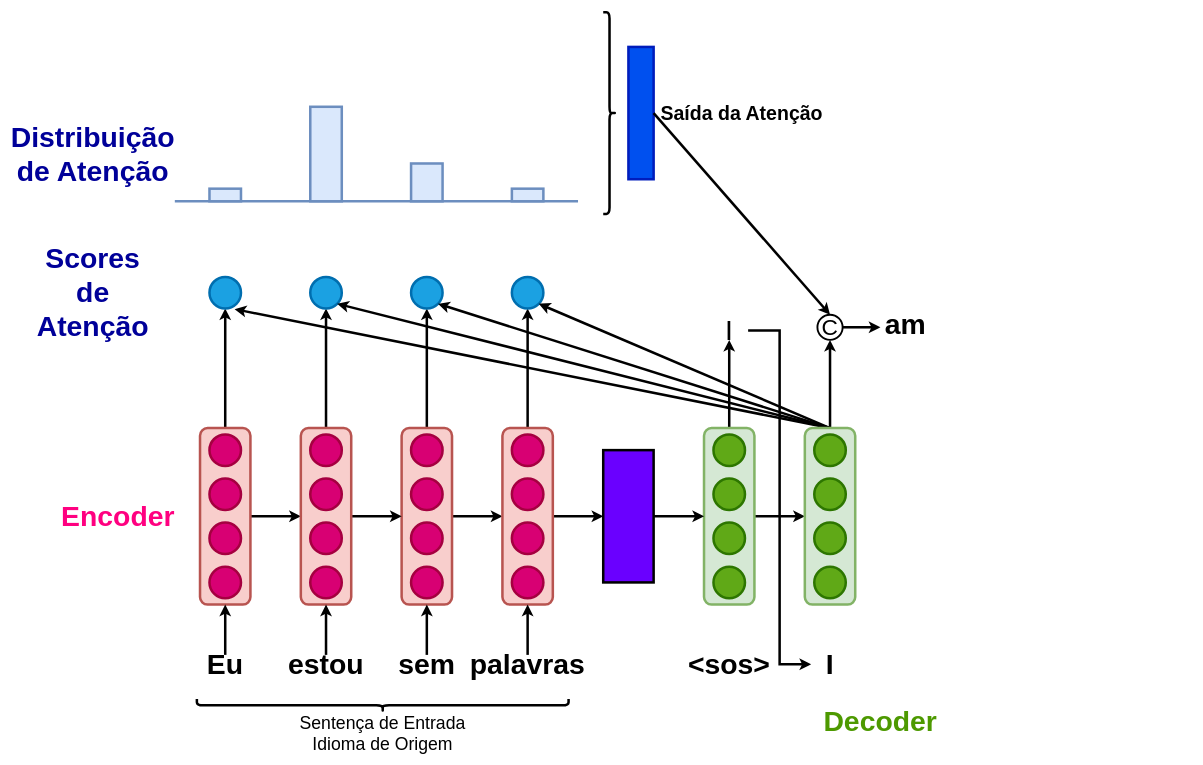
Before: attention_4.drawio in viniciusrpb/drawio_flowcharts, a draw.io diagram. Source tidied: cells renumbered, new cells numbered last; positions are measured from the earlier drawing's top-left corner, leaving out a move shared by most shapes. Both pictures are drawn from the tidied source at 63%, with x=0, y=0 at pixel (67, 12).
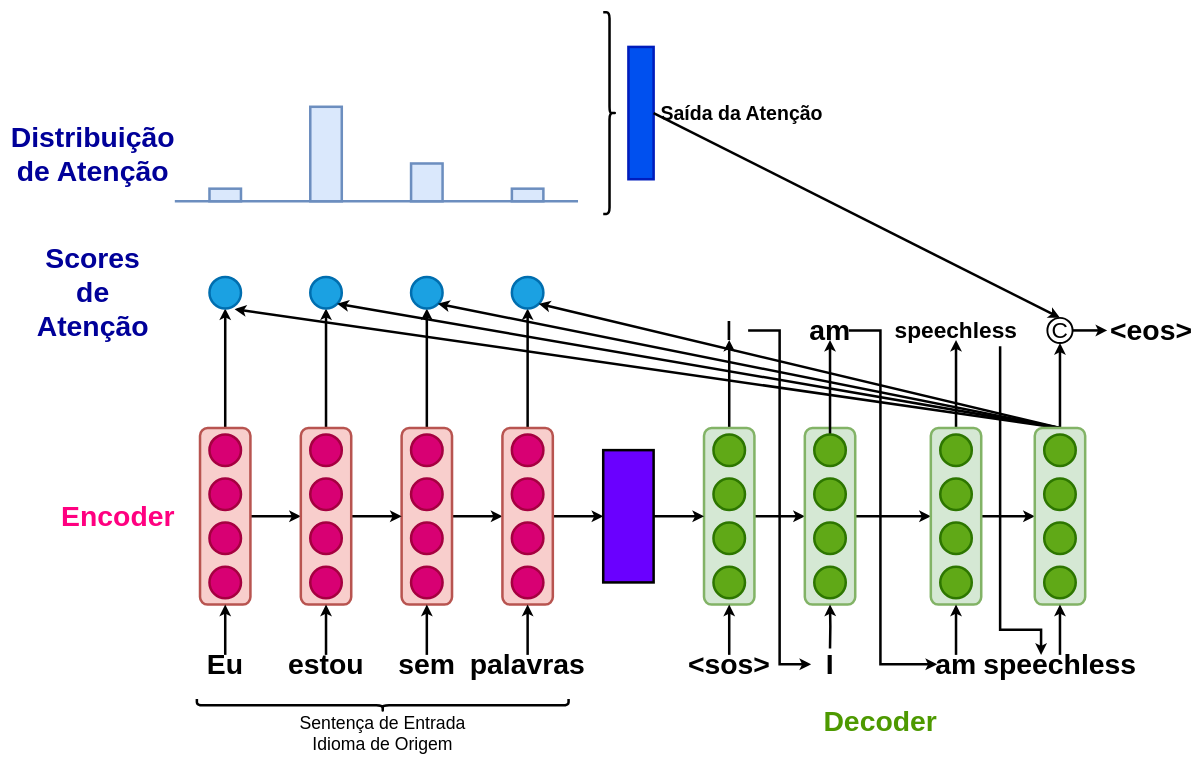
Above is the later version.

Unchanged cells that the change refers to:
```xml
<mxCell id="22" style="rounded=1;whiteSpace=wrap;html=1;fillColor=#d5e8d4;strokeColor=#82b366;strokeWidth=4;" parent="1" vertex="1">
  <mxGeometry x="1010" y="660" width="80" height="280" as="geometry" />
</mxCell>
<mxCell id="27" value="&amp;lt;sos&amp;gt;" style="text;html=1;align=center;verticalAlign=middle;whiteSpace=wrap;rounded=0;fontStyle=1;fontSize=45;" parent="1" vertex="1">
  <mxGeometry x="1020" y="1020" width="60" height="30" as="geometry" />
</mxCell>
<mxCell id="52" style="ellipse;whiteSpace=wrap;html=1;fillColor=#1ba1e2;strokeColor=#006EAF;strokeWidth=4;fontColor=#ffffff;" parent="1" vertex="1">
  <mxGeometry x="225" y="420" width="50" height="50" as="geometry" />
</mxCell>
<mxCell id="54" style="ellipse;whiteSpace=wrap;html=1;fillColor=#1ba1e2;strokeColor=#006EAF;strokeWidth=4;fontColor=#ffffff;" parent="1" vertex="1">
  <mxGeometry x="385" y="420" width="50" height="50" as="geometry" />
</mxCell>
<mxCell id="55" style="ellipse;whiteSpace=wrap;html=1;fillColor=#1ba1e2;strokeColor=#006EAF;strokeWidth=4;fontColor=#ffffff;" parent="1" vertex="1">
  <mxGeometry x="545" y="420" width="50" height="50" as="geometry" />
</mxCell>
<mxCell id="56" style="ellipse;whiteSpace=wrap;html=1;fillColor=#1ba1e2;strokeColor=#006EAF;strokeWidth=4;fontColor=#ffffff;" parent="1" vertex="1">
  <mxGeometry x="705" y="420" width="50" height="50" as="geometry" />
</mxCell>
<mxCell id="76" style="rounded=1;whiteSpace=wrap;html=1;fillColor=#d5e8d4;strokeColor=#82b366;strokeWidth=4;" parent="1" vertex="1">
  <mxGeometry x="1170" y="660" width="80" height="280" as="geometry" />
</mxCell>
<mxCell id="77" style="ellipse;whiteSpace=wrap;html=1;fillColor=#60a917;strokeColor=#2D7600;strokeWidth=4;fontColor=#ffffff;" parent="1" vertex="1">
  <mxGeometry x="1185" y="670" width="50" height="50" as="geometry" />
</mxCell>
```

Diff of the diagram source:
```diff
@@
+    <mxCell id="83" style="edgeStyle=orthogonalEdgeStyle;rounded=0;jettySize=auto;html=1;entryX=0.5;entryY=1;entryDx=0;entryDy=0;strokeWidth=4;" parent="1" edge="1" source="27" target="22">
+      <mxGeometry relative="1" as="geometry" />
+    </mxCell>
@@
-    <mxCell id="53" style="endArrow=classic;html=1;rounded=0;exitX=0.5;exitY=0;exitDx=0;exitDy=0;entryX=0.798;entryY=1.024;entryDx=0;entryDy=0;entryPerimeter=0;strokeWidth=4;" parent="1" edge="1" source="76" target="52">
+    <mxCell id="53" style="endArrow=classic;html=1;rounded=0;exitX=0.5;exitY=0;exitDx=0;exitDy=0;entryX=0.798;entryY=1.024;entryDx=0;entryDy=0;entryPerimeter=0;strokeWidth=4;" parent="1" edge="1" source="97" target="52">
       <mxGeometry relative="1" as="geometry" />
     </mxCell>
@@
-    <mxCell id="57" style="endArrow=classic;html=1;rounded=0;entryX=1;entryY=1;entryDx=0;entryDy=0;strokeWidth=4;exitX=0.5;exitY=0;exitDx=0;exitDy=0;" parent="1" edge="1" source="76" target="54">
+    <mxCell id="57" style="endArrow=classic;html=1;rounded=0;entryX=1;entryY=1;entryDx=0;entryDy=0;strokeWidth=4;exitX=0.5;exitY=0;exitDx=0;exitDy=0;" parent="1" edge="1" source="97" target="54">
       <mxGeometry relative="1" as="geometry" />
     </mxCell>
-    <mxCell id="58" style="endArrow=classic;html=1;rounded=0;exitX=0.5;exitY=0;exitDx=0;exitDy=0;entryX=1;entryY=1;entryDx=0;entryDy=0;strokeWidth=4;" parent="1" edge="1" source="76" target="55">
+    <mxCell id="58" style="endArrow=classic;html=1;rounded=0;exitX=0.5;exitY=0;exitDx=0;exitDy=0;entryX=1;entryY=1;entryDx=0;entryDy=0;strokeWidth=4;" parent="1" edge="1" source="97" target="55">
       <mxGeometry relative="1" as="geometry" />
     </mxCell>
-    <mxCell id="59" style="endArrow=classic;html=1;rounded=0;exitX=0.5;exitY=0;exitDx=0;exitDy=0;entryX=1;entryY=1;entryDx=0;entryDy=0;strokeWidth=4;" parent="1" edge="1" source="76" target="56">
+    <mxCell id="59" style="endArrow=classic;html=1;rounded=0;exitX=0.5;exitY=0;exitDx=0;exitDy=0;entryX=1;entryY=1;entryDx=0;entryDy=0;strokeWidth=4;" parent="1" edge="1" source="97" target="56">
       <mxGeometry relative="1" as="geometry" />
     </mxCell>
@@
-    <mxCell id="71" style="edgeStyle=orthogonalEdgeStyle;rounded=0;jettySize=auto;html=1;exitX=1;exitY=0.5;exitDx=0;exitDy=0;strokeWidth=4;" parent="1" edge="1" source="72">
-      <mxGeometry relative="1" as="geometry">
-        <mxPoint x="1290" y="500" as="targetPoint" />
-      </mxGeometry>
-    </mxCell>
+    <mxCell id="84" style="edgeStyle=orthogonalEdgeStyle;rounded=0;jettySize=auto;html=1;exitX=1;exitY=0.5;exitDx=0;exitDy=0;strokeWidth=4;" parent="1" edge="1" source="72">
+      <mxGeometry relative="1" as="geometry">
+        <mxPoint x="1650" y="505" as="targetPoint" />
+      </mxGeometry>
+    </mxCell>
     <mxCell id="72" value="C" style="ellipse;whiteSpace=wrap;html=1;fontSize=36;strokeWidth=3;" parent="1" vertex="1">
-      <mxGeometry x="1190" y="480" width="40" height="40" as="geometry" />
+      <mxGeometry x="1555" y="485" width="40" height="40" as="geometry" />
     </mxCell>
@@
-    <mxCell id="75" style="edgeStyle=orthogonalEdgeStyle;rounded=0;jettySize=auto;html=1;exitX=0.5;exitY=0;exitDx=0;exitDy=0;entryX=0.5;entryY=1;entryDx=0;entryDy=0;strokeWidth=4;" parent="1" edge="1" source="76" target="72">
-      <mxGeometry relative="1" as="geometry" />
-    </mxCell>
+    <mxCell id="85" style="edgeStyle=orthogonalEdgeStyle;rounded=0;jettySize=auto;html=1;entryX=0;entryY=0.5;entryDx=0;entryDy=0;strokeWidth=4;" parent="1" edge="1" source="76" target="91">
+      <mxGeometry relative="1" as="geometry" />
+    </mxCell>
@@
+    <mxCell id="86" style="edgeStyle=orthogonalEdgeStyle;rounded=0;jettySize=auto;html=1;entryX=0.5;entryY=1;entryDx=0;entryDy=0;strokeWidth=4;" parent="1" edge="1" source="77" target="82">
+      <mxGeometry relative="1" as="geometry" />
+    </mxCell>
@@
+    <mxCell id="87" style="edgeStyle=orthogonalEdgeStyle;rounded=0;jettySize=auto;html=1;strokeWidth=4;" parent="1" edge="1" target="76">
+      <mxGeometry relative="1" as="geometry">
+        <mxPoint x="1210" y="1010" as="sourcePoint" />
+      </mxGeometry>
+    </mxCell>
@@
+    <mxCell id="88" style="edgeStyle=orthogonalEdgeStyle;rounded=0;jettySize=auto;html=1;entryX=0;entryY=0.5;entryDx=0;entryDy=0;strokeWidth=4;exitX=1;exitY=0.5;exitDx=0;exitDy=0;" parent="1" edge="1" source="82" target="103">
+      <mxGeometry relative="1" as="geometry">
+        <Array as="points">
+          <mxPoint x="1290" y="505" />
+          <mxPoint x="1290" y="1035" />
+        </Array>
+      </mxGeometry>
+    </mxCell>
     <mxCell id="82" value="am" style="text;html=1;align=center;verticalAlign=middle;whiteSpace=wrap;rounded=0;fontStyle=1;fontSize=45;" parent="1" vertex="1">
-      <mxGeometry x="1300" y="480" width="60" height="30" as="geometry" />
+      <mxGeometry x="1180" y="490" width="60" height="30" as="geometry" />
     </mxCell>
+    <mxCell id="89" style="edgeStyle=orthogonalEdgeStyle;rounded=0;jettySize=auto;html=1;exitX=1;exitY=0.5;exitDx=0;exitDy=0;entryX=0;entryY=0.5;entryDx=0;entryDy=0;strokeWidth=4;" parent="1" edge="1" source="91" target="97">
+      <mxGeometry relative="1" as="geometry" />
+    </mxCell>
+    <mxCell id="90" style="edgeStyle=orthogonalEdgeStyle;rounded=0;jettySize=auto;html=1;exitX=0.5;exitY=0;exitDx=0;exitDy=0;entryX=0.5;entryY=1;entryDx=0;entryDy=0;strokeWidth=4;" parent="1" edge="1" source="91" target="107">
+      <mxGeometry relative="1" as="geometry" />
+    </mxCell>
+    <mxCell id="91" style="rounded=1;whiteSpace=wrap;html=1;fillColor=#d5e8d4;strokeColor=#82b366;strokeWidth=4;" parent="1" vertex="1">
+      <mxGeometry x="1370" y="660" width="80" height="280" as="geometry" />
+    </mxCell>
+    <mxCell id="92" style="ellipse;whiteSpace=wrap;html=1;fillColor=#60a917;strokeColor=#2D7600;strokeWidth=4;fontColor=#ffffff;" parent="1" vertex="1">
+      <mxGeometry x="1385" y="670" width="50" height="50" as="geometry" />
+    </mxCell>
+    <mxCell id="93" style="ellipse;whiteSpace=wrap;html=1;fillColor=#60a917;strokeColor=#2D7600;strokeWidth=4;fontColor=#ffffff;" parent="1" vertex="1">
+      <mxGeometry x="1385" y="740" width="50" height="50" as="geometry" />
+    </mxCell>
+    <mxCell id="94" style="ellipse;whiteSpace=wrap;html=1;fillColor=#60a917;strokeColor=#2D7600;strokeWidth=4;fontColor=#ffffff;" parent="1" vertex="1">
+      <mxGeometry x="1385" y="810" width="50" height="50" as="geometry" />
+    </mxCell>
+    <mxCell id="95" style="ellipse;whiteSpace=wrap;html=1;fillColor=#60a917;strokeColor=#2D7600;strokeWidth=4;fontColor=#ffffff;" parent="1" vertex="1">
+      <mxGeometry x="1385" y="880" width="50" height="50" as="geometry" />
+    </mxCell>
+    <mxCell id="96" style="edgeStyle=orthogonalEdgeStyle;rounded=0;jettySize=auto;html=1;entryX=0.5;entryY=1;entryDx=0;entryDy=0;strokeWidth=4;" parent="1" edge="1" source="97" target="72">
+      <mxGeometry relative="1" as="geometry" />
+    </mxCell>
+    <mxCell id="97" style="rounded=1;whiteSpace=wrap;html=1;fillColor=#d5e8d4;strokeColor=#82b366;strokeWidth=4;" parent="1" vertex="1">
+      <mxGeometry x="1535" y="660" width="80" height="280" as="geometry" />
+    </mxCell>
+    <mxCell id="98" style="ellipse;whiteSpace=wrap;html=1;fillColor=#60a917;strokeColor=#2D7600;strokeWidth=4;fontColor=#ffffff;" parent="1" vertex="1">
+      <mxGeometry x="1550" y="670" width="50" height="50" as="geometry" />
+    </mxCell>
+    <mxCell id="99" style="ellipse;whiteSpace=wrap;html=1;fillColor=#60a917;strokeColor=#2D7600;strokeWidth=4;fontColor=#ffffff;" parent="1" vertex="1">
+      <mxGeometry x="1550" y="740" width="50" height="50" as="geometry" />
+    </mxCell>
+    <mxCell id="100" style="ellipse;whiteSpace=wrap;html=1;fillColor=#60a917;strokeColor=#2D7600;strokeWidth=4;fontColor=#ffffff;" parent="1" vertex="1">
+      <mxGeometry x="1550" y="810" width="50" height="50" as="geometry" />
+    </mxCell>
+    <mxCell id="101" style="ellipse;whiteSpace=wrap;html=1;fillColor=#60a917;strokeColor=#2D7600;strokeWidth=4;fontColor=#ffffff;" parent="1" vertex="1">
+      <mxGeometry x="1550" y="880" width="50" height="50" as="geometry" />
+    </mxCell>
+    <mxCell id="102" style="edgeStyle=orthogonalEdgeStyle;rounded=0;jettySize=auto;html=1;strokeWidth=4;" parent="1" edge="1" source="103" target="91">
+      <mxGeometry relative="1" as="geometry" />
+    </mxCell>
+    <mxCell id="103" value="am" style="text;html=1;align=center;verticalAlign=middle;whiteSpace=wrap;rounded=0;fontStyle=1;fontSize=45;" parent="1" vertex="1">
+      <mxGeometry x="1380" y="1020" width="60" height="30" as="geometry" />
+    </mxCell>
+    <mxCell id="104" style="edgeStyle=orthogonalEdgeStyle;rounded=0;jettySize=auto;html=1;strokeWidth=4;" parent="1" edge="1" source="105" target="97">
+      <mxGeometry relative="1" as="geometry" />
+    </mxCell>
+    <mxCell id="105" value="speechless" style="text;html=1;align=center;verticalAlign=middle;whiteSpace=wrap;rounded=0;fontStyle=1;fontSize=45;" parent="1" vertex="1">
+      <mxGeometry x="1545" y="1020" width="60" height="30" as="geometry" />
+    </mxCell>
+    <mxCell id="106" style="edgeStyle=orthogonalEdgeStyle;rounded=0;jettySize=auto;html=1;entryX=0;entryY=0;entryDx=0;entryDy=0;strokeWidth=4;" parent="1" edge="1" target="105">
+      <mxGeometry relative="1" as="geometry">
+        <mxPoint x="1480" y="530" as="sourcePoint" />
+        <Array as="points">
+          <mxPoint x="1480" y="530" />
+          <mxPoint x="1480" y="980" />
+          <mxPoint x="1545" y="980" />
+        </Array>
+      </mxGeometry>
+    </mxCell>
+    <mxCell id="107" value="speechless" style="text;html=1;align=center;verticalAlign=middle;whiteSpace=wrap;rounded=0;fontStyle=1;fontSize=36;" parent="1" vertex="1">
+      <mxGeometry x="1380" y="490" width="60" height="30" as="geometry" />
+    </mxCell>
+    <mxCell id="108" value="&amp;lt;eos&amp;gt;" style="text;html=1;align=center;verticalAlign=middle;whiteSpace=wrap;rounded=0;fontStyle=1;fontSize=45;" parent="1" vertex="1">
+      <mxGeometry x="1690" y="490" width="60" height="30" as="geometry" />
+    </mxCell>
```
